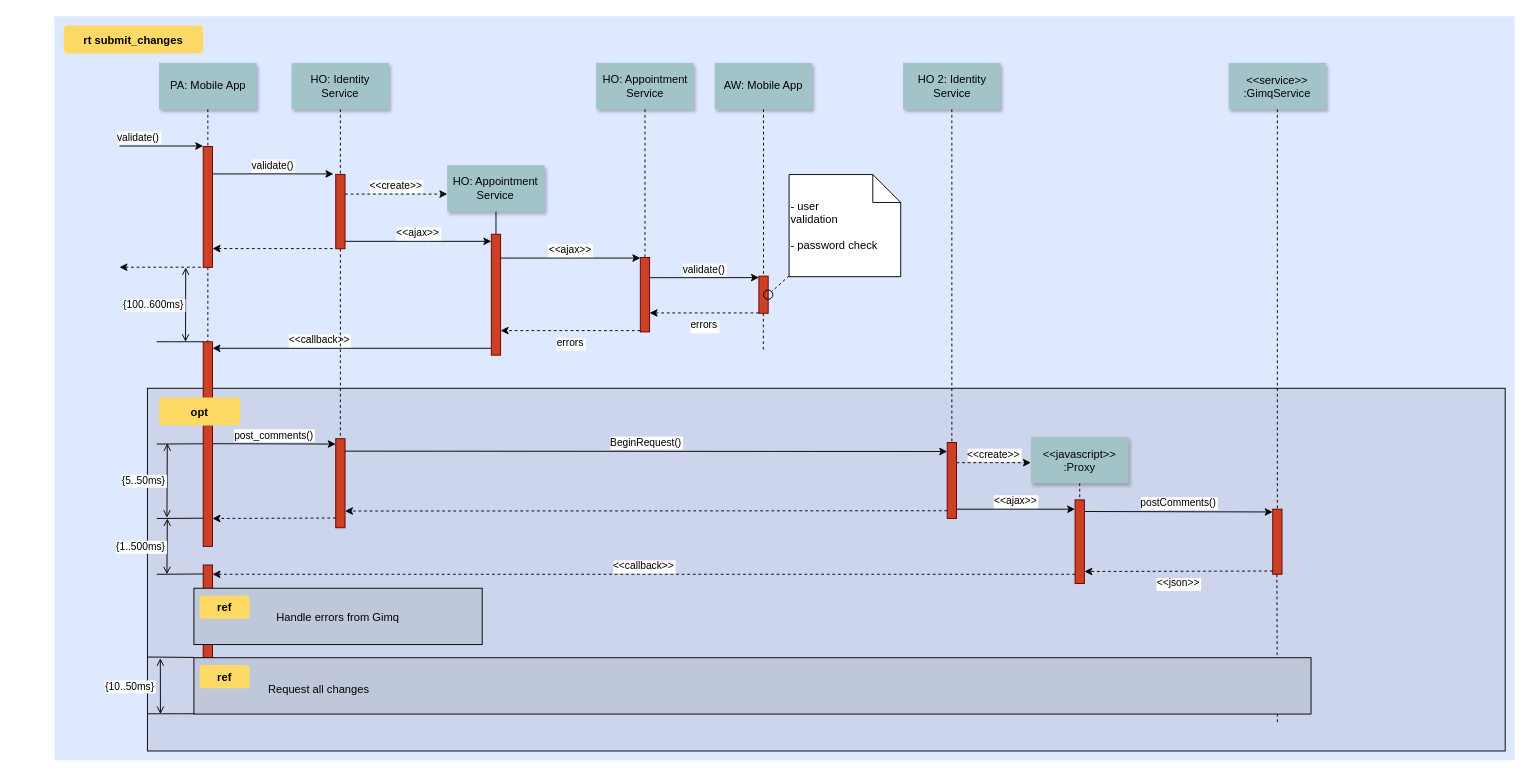
nsward/diagrams keeps this draw.io diagram as Sovrin Sequence Diagram.drawio. Above is the earlier version. Source tidied: cells renumbered, new cells numbered last; positions are measured from the earlier drawing's top-left corner, leaving out a move shared by most shapes. Both pictures are drawn from the tidied source at 93%, with x=0, y=0 at pixel (54, 16).
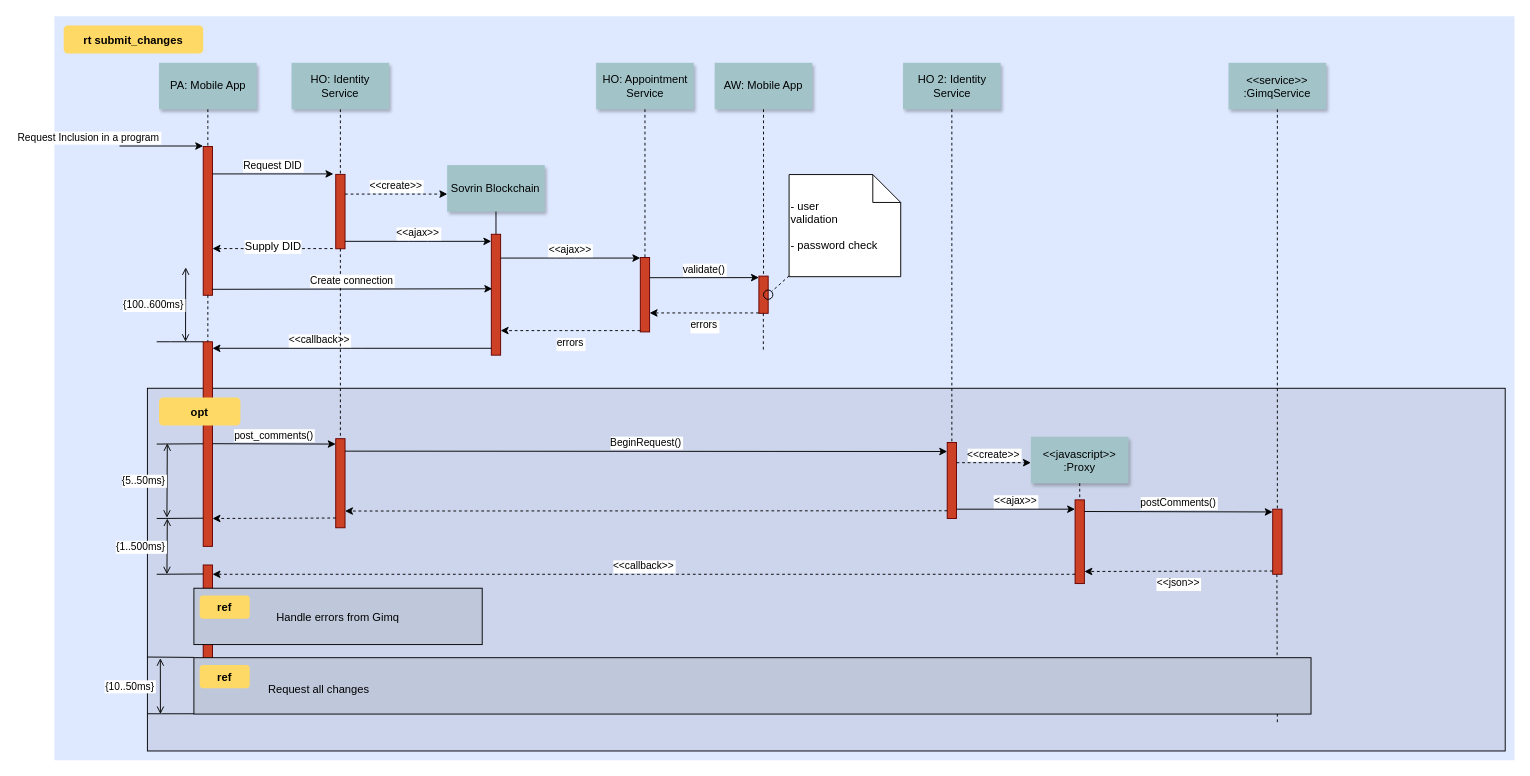
Above is the later version.

Unchanged cells that the change refers to:
```xml
<mxCell id="12" style="edgeStyle=none;verticalLabelPosition=top;verticalAlign=bottom;endArrow=none;startArrow=classic;dashed=1;" parent="1" edge="1">
  <mxGeometry x="220" y="172.3" as="geometry">
    <mxPoint x="170" y="249.8" as="sourcePoint" />
    <mxPoint x="300" y="249.8" as="targetPoint" />
  </mxGeometry>
</mxCell>
<mxCell id="17" style="fillColor=#CC4125;strokeColor=#660000;" parent="1" vertex="1">
  <mxGeometry x="469.8" y="234.4" width="10" height="130" as="geometry" />
</mxCell>
```

The edit, as a diff of the source:
```diff
@@
     <mxCell id="5" style="fillColor=#CC4125;strokeColor=#660000;" parent="1" vertex="1">
-      <mxGeometry x="160" y="140" width="10" height="130" as="geometry" />
+      <mxGeometry x="160" y="140" width="10" height="160" as="geometry" />
     </mxCell>
-    <mxCell id="6" value="validate()" style="edgeStyle=none;verticalLabelPosition=top;verticalAlign=bottom;labelPosition=left;align=right;" parent="1" edge="1">
+    <mxCell id="6" value="Request Inclusion in a program" style="edgeStyle=none;verticalLabelPosition=top;verticalAlign=bottom;labelPosition=left;align=right;" parent="1" edge="1">
       <mxGeometry x="110" y="49.5" as="geometry">
         <mxPoint x="70" y="139.5" as="sourcePoint" />
         <mxPoint x="160" y="139.5" as="targetPoint" />
       </mxGeometry>
     </mxCell>
@@
-    <mxCell id="11" value="validate()" style="edgeStyle=none;verticalLabelPosition=top;verticalAlign=bottom;" parent="1" edge="1">
+    <mxCell id="11" value="Request DID" style="edgeStyle=none;verticalLabelPosition=top;verticalAlign=bottom;" parent="1" edge="1">
       <mxGeometry x="220" y="92" as="geometry">
         <mxPoint x="170" y="169.5" as="sourcePoint" />
         <mxPoint x="300" y="169.5" as="targetPoint" />
       </mxGeometry>
     </mxCell>
@@
-    <mxCell id="13" style="edgeStyle=none;verticalLabelPosition=top;verticalAlign=bottom;labelPosition=left;align=right;endArrow=none;startArrow=classic;dashed=1;" parent="1" edge="1">
-      <mxGeometry x="110" y="179.8" as="geometry">
-        <mxPoint x="70" y="269.8" as="sourcePoint" />
-        <mxPoint x="160" y="269.8" as="targetPoint" />
-      </mxGeometry>
-    </mxCell>
+    <mxCell id="75" value="Supply DID" style="text;html=1;align=center;verticalAlign=middle;labelBackgroundColor=#ffffff;" parent="12" vertex="1">
+      <mxGeometry relative="1" as="geometry">
+        <mxPoint x="-1" y="-2" as="offset" />
+      </mxGeometry>
+    </mxCell>
@@
-    <mxCell id="15" value="HO: Appointment Service" style="shadow=1;fillColor=#A2C4C9;strokeColor=none;whiteSpace=wrap;" parent="1" vertex="1">
+    <mxCell id="15" value="Sovrin Blockchain" style="shadow=1;fillColor=#A2C4C9;strokeColor=none;whiteSpace=wrap;" parent="1" vertex="1">
       <mxGeometry x="422.3" y="160" width="105" height="50" as="geometry" />
     </mxCell>
@@
+    <mxCell id="76" value="Create connection" style="edgeStyle=elbowEdgeStyle;elbow=vertical;verticalLabelPosition=top;verticalAlign=bottom;exitX=0.92;exitY=0.96;exitDx=0;exitDy=0;exitPerimeter=0;entryX=0.102;entryY=0.449;entryDx=0;entryDy=0;entryPerimeter=0;" parent="1" edge="1" source="5" target="17">
+      <mxGeometry x="214" y="342" as="geometry" />
+    </mxCell>
```
